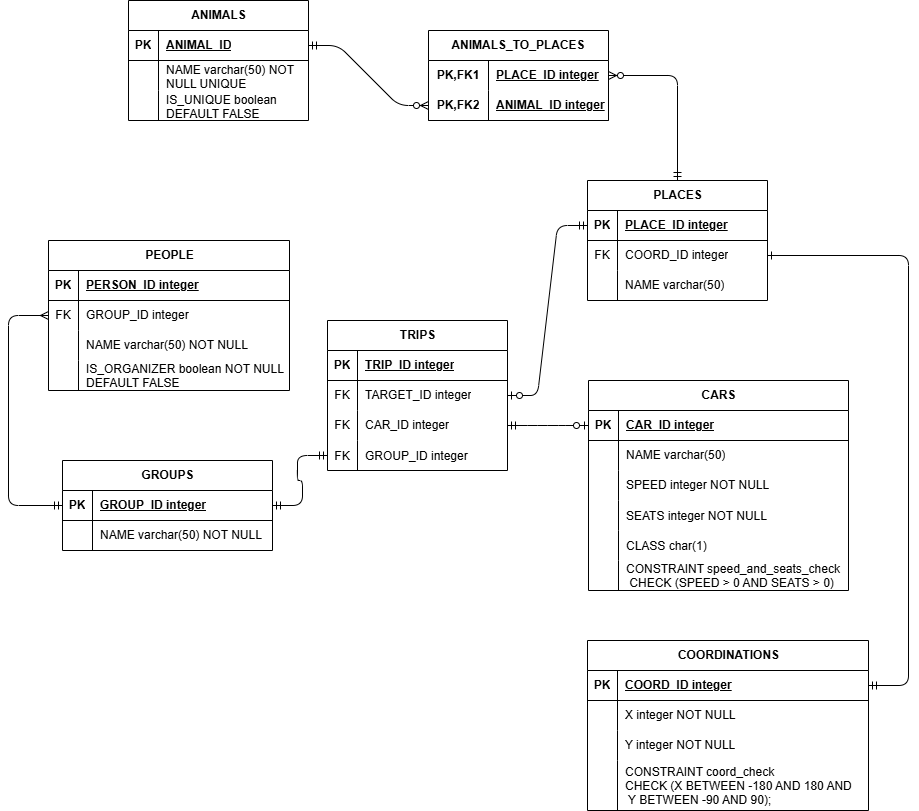
Before: lab1/DataModel.drawio.png, a diagram exported from draw.io (Xaabibas/Databases). Source tidied: cells renumbered, new cells last; positions are measured from the earlier drawing's top-left corner, leaving out a move shared by most shapes.
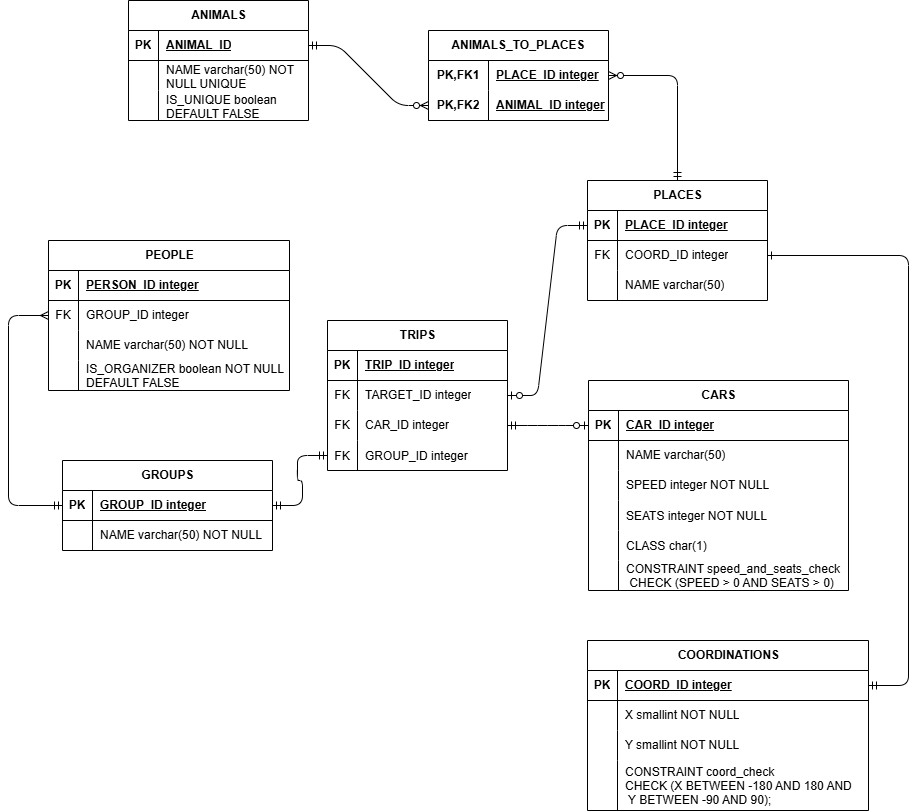
After the change.

Diff of the diagram source:
```diff
@@ -146,7 +146,7 @@
     <mxCell id="49" style="shape=partialRectangle;fillColor=none;top=0;left=0;bottom=0;right=0;overflow=hidden;whiteSpace=wrap;html=1;" parent="48" vertex="1">
       <mxGeometry width="30" height="30" as="geometry" />
     </mxCell>
-    <mxCell id="50" value="X integer NOT NULL" style="shape=partialRectangle;fillColor=none;top=0;left=0;bottom=0;right=0;align=left;spacingLeft=6;overflow=hidden;whiteSpace=wrap;html=1;" parent="48" vertex="1">
+    <mxCell id="50" value="X smallint NOT NULL" style="shape=partialRectangle;fillColor=none;top=0;left=0;bottom=0;right=0;align=left;spacingLeft=6;overflow=hidden;whiteSpace=wrap;html=1;" parent="48" vertex="1">
       <mxGeometry x="30" width="251" height="30" as="geometry" />
     </mxCell>
     <mxCell id="51" style="shape=tableRow;horizontal=0;startSize=0;swimlaneHead=0;swimlaneBody=0;fillColor=none;top=0;left=0;right=0;bottom=0;" parent="44" vertex="1">
@@ -155,7 +155,7 @@
     <mxCell id="52" style="shape=partialRectangle;fillColor=none;top=0;left=0;bottom=0;right=0;overflow=hidden;whiteSpace=wrap;html=1;" parent="51" vertex="1">
       <mxGeometry width="30" height="30" as="geometry" />
     </mxCell>
-    <mxCell id="53" value="Y integer NOT NULL" style="shape=partialRectangle;fillColor=none;top=0;left=0;bottom=0;right=0;align=left;spacingLeft=6;overflow=hidden;whiteSpace=wrap;html=1;" parent="51" vertex="1">
+    <mxCell id="53" value="Y smallint NOT NULL" style="shape=partialRectangle;fillColor=none;top=0;left=0;bottom=0;right=0;align=left;spacingLeft=6;overflow=hidden;whiteSpace=wrap;html=1;" parent="51" vertex="1">
       <mxGeometry x="30" width="251" height="30" as="geometry" />
     </mxCell>
     <mxCell id="54" style="shape=tableRow;horizontal=0;startSize=0;swimlaneHead=0;swimlaneBody=0;fillColor=none;top=0;left=0;right=0;bottom=0;" parent="44" vertex="1">
```
